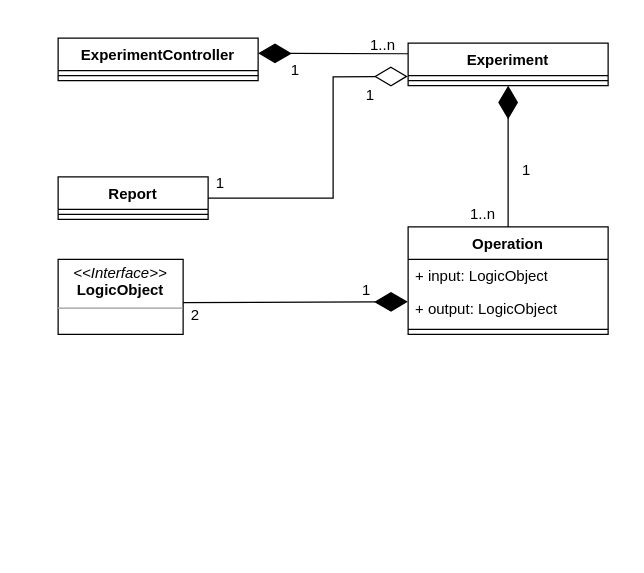
This is page "DataModeling" (10 of 10) of Docs/Diagrams.drawio.xml from okashaluai/Fingerprint-Biometric-Research-Tool, a draw.io file, before an edit. Source tidied: cells renumbered, new cells numbered last; positions are measured from the earlier drawing's top-left corner, leaving out a move shared by most shapes. Both pictures are drawn from the tidied source at 125%, with x=0, y=0 at pixel (58, 26).
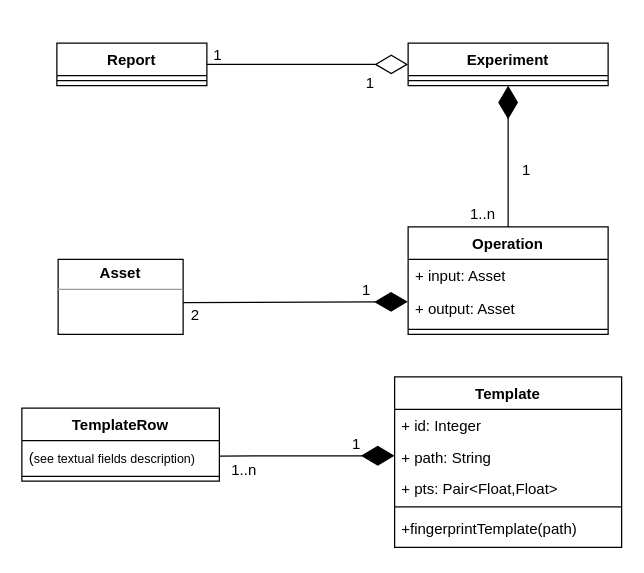
The same page after the edit.

Unchanged cells that the change refers to:
```xml
<mxCell id="4" value="Experiment" style="swimlane;fontStyle=1;align=center;verticalAlign=top;horizontal=1;startSize=26;whiteSpace=wrap;html=1;" parent="1" vertex="1">
  <mxGeometry x="280" y="13" width="160" height="34" as="geometry" />
</mxCell>
<mxCell id="8" value="Operation" style="swimlane;fontStyle=1;align=center;verticalAlign=top;horizontal=1;startSize=26;whiteSpace=wrap;html=1;" parent="1" vertex="1">
  <mxGeometry x="280" y="160" width="160" height="86" as="geometry" />
</mxCell>
```

The edit, as a diff of the source:
```diff
@@
-    <mxCell id="2" value="ExperimentController" style="swimlane;fontStyle=1;align=center;verticalAlign=top;horizontal=1;startSize=26;whiteSpace=wrap;html=1;" parent="1" vertex="1">
-      <mxGeometry y="9" width="160" height="34" as="geometry" />
-    </mxCell>
-    <mxCell id="3" style="line;strokeWidth=1;fillColor=none;align=left;verticalAlign=middle;spacingTop=-1;spacingLeft=3;spacingRight=3;labelPosition=right;strokeColor=inherit;" parent="2" vertex="1">
-      <mxGeometry y="26" width="160" height="8" as="geometry" />
-    </mxCell>
@@
     <mxCell id="6" value="Report" style="swimlane;fontStyle=1;align=center;verticalAlign=top;horizontal=1;startSize=26;whiteSpace=wrap;html=1;" parent="1" vertex="1">
-      <mxGeometry y="120" width="120" height="34" as="geometry" />
+      <mxGeometry x="-1" y="13" width="120" height="34" as="geometry" />
     </mxCell>
@@
-    <mxCell id="9" value="+ input: LogicObject" style="text;strokeColor=none;fillColor=none;align=left;verticalAlign=top;spacingLeft=4;spacingRight=4;overflow=hidden;whiteSpace=wrap;html=1;" parent="8" vertex="1">
+    <mxCell id="9" value="+ input: Asset" style="text;strokeColor=none;fillColor=none;align=left;verticalAlign=top;spacingLeft=4;spacingRight=4;overflow=hidden;whiteSpace=wrap;html=1;" parent="8" vertex="1">
       <mxGeometry y="26" width="160" height="26" as="geometry" />
     </mxCell>
-    <mxCell id="10" value="+ output: LogicObject" style="text;strokeColor=none;fillColor=none;align=left;verticalAlign=top;spacingLeft=4;spacingRight=4;overflow=hidden;whiteSpace=wrap;html=1;" parent="8" vertex="1">
+    <mxCell id="10" value="+ output: Asset" style="text;strokeColor=none;fillColor=none;align=left;verticalAlign=top;spacingLeft=4;spacingRight=4;overflow=hidden;whiteSpace=wrap;html=1;" parent="8" vertex="1">
       <mxGeometry y="52" width="160" height="26" as="geometry" />
     </mxCell>
@@
-    <mxCell id="12" style="endArrow=diamondThin;endFill=1;endSize=24;html=1;rounded=0;entryX=1;entryY=0.357;entryDx=0;entryDy=0;exitX=0;exitY=0.25;exitDx=0;exitDy=0;entryPerimeter=0;" parent="1" edge="1" source="4" target="2">
-      <mxGeometry relative="1" as="geometry" />
-    </mxCell>
-    <mxCell id="13" style="endArrow=diamondThin;endFill=0;endSize=24;html=1;rounded=0;exitX=1;exitY=0.5;exitDx=0;exitDy=0;entryX=-0.002;entryY=0.522;entryDx=0;entryDy=0;entryPerimeter=0;" parent="1" edge="1" source="6">
-      <mxGeometry relative="1" as="geometry">
-        <mxPoint x="279.7" y="39.6" as="targetPoint" />
-        <Array as="points">
-          <mxPoint x="220" y="137" />
-          <mxPoint x="220" y="40" />
-        </Array>
-      </mxGeometry>
+    <mxCell id="13" style="endArrow=diamondThin;endFill=0;endSize=24;html=1;rounded=0;exitX=1;exitY=0.5;exitDx=0;exitDy=0;entryX=0;entryY=0.5;entryDx=0;entryDy=0;" parent="1" edge="1" source="6" target="4">
+      <mxGeometry relative="1" as="geometry" />
     </mxCell>
@@
-    <mxCell id="16" value="&lt;p style=&quot;margin:0px;margin-top:4px;text-align:center;&quot;&gt;&lt;i&gt;&amp;lt;&amp;lt;Interface&amp;gt;&amp;gt;&lt;/i&gt;&lt;br&gt;&lt;/p&gt;&lt;div align=&quot;center&quot;&gt;&lt;b&gt;LogicObject&lt;/b&gt;&lt;/div&gt;&lt;hr size=&quot;1&quot;&gt;&lt;p style=&quot;margin:0px;margin-left:4px;&quot;&gt;&lt;/p&gt;" style="verticalAlign=top;align=left;overflow=fill;fontSize=12;fontFamily=Helvetica;html=1;whiteSpace=wrap;" parent="1" vertex="1">
+    <mxCell id="16" value="&lt;p style=&quot;margin:0px;margin-top:4px;text-align:center;&quot;&gt;&lt;b&gt;Asset&lt;/b&gt;&lt;br&gt;&lt;/p&gt;&lt;hr size=&quot;1&quot;&gt;&lt;p style=&quot;margin:0px;margin-left:4px;&quot;&gt;&lt;/p&gt;" style="verticalAlign=top;align=left;overflow=fill;fontSize=12;fontFamily=Helvetica;html=1;whiteSpace=wrap;" parent="1" vertex="1">
       <mxGeometry y="186" width="100" height="60" as="geometry" />
     </mxCell>
-    <mxCell id="17" value="1..n" style="text;html=1;align=center;verticalAlign=middle;whiteSpace=wrap;rounded=0;" parent="1" vertex="1">
-      <mxGeometry x="230" width="60" height="30" as="geometry" />
-    </mxCell>
     <mxCell id="18" value="1" style="text;html=1;align=center;verticalAlign=middle;whiteSpace=wrap;rounded=0;" parent="1" vertex="1">
-      <mxGeometry x="100" y="110" width="60" height="30" as="geometry" />
+      <mxGeometry x="98" y="8" width="60" height="30" as="geometry" />
     </mxCell>
     <mxCell id="19" value="1" style="text;html=1;align=center;verticalAlign=middle;whiteSpace=wrap;rounded=0;" parent="1" vertex="1">
-      <mxGeometry x="220" y="40" width="60" height="30" as="geometry" />
+      <mxGeometry x="220" y="30" width="60" height="30" as="geometry" />
     </mxCell>
@@
-    <mxCell id="22" value="1" style="text;html=1;align=center;verticalAlign=middle;whiteSpace=wrap;rounded=0;" parent="1" vertex="1">
-      <mxGeometry x="160" y="20" width="60" height="30" as="geometry" />
-    </mxCell>
@@
+    <mxCell id="25" value="Template" style="swimlane;fontStyle=1;align=center;verticalAlign=top;horizontal=1;startSize=26;whiteSpace=wrap;html=1;" parent="1" vertex="1">
+      <mxGeometry x="269.2" y="280" width="181.6" height="136.4" as="geometry" />
+    </mxCell>
+    <mxCell id="26" value="+ id: Integer" style="text;strokeColor=none;fillColor=none;align=left;verticalAlign=top;spacingLeft=4;spacingRight=4;overflow=hidden;whiteSpace=wrap;html=1;" parent="25" vertex="1">
+      <mxGeometry y="26" width="181.6" height="24.7" as="geometry" />
+    </mxCell>
+    <mxCell id="27" value="+ path: String" style="text;strokeColor=none;fillColor=none;align=left;verticalAlign=top;spacingLeft=4;spacingRight=4;overflow=hidden;points=[[0,0.5],[1,0.5]];portConstraint=eastwest;whiteSpace=wrap;html=1;" parent="25" vertex="1">
+      <mxGeometry y="50.7" width="181.6" height="24.7" as="geometry" />
+    </mxCell>
+    <mxCell id="28" value="+ pts: Pair&amp;lt;Float,Float&amp;gt;" style="text;strokeColor=none;fillColor=none;align=left;verticalAlign=top;spacingLeft=4;spacingRight=4;overflow=hidden;whiteSpace=wrap;html=1;" parent="25" vertex="1">
+      <mxGeometry y="75.5" width="181.6" height="24.7" as="geometry" />
+    </mxCell>
+    <mxCell id="29" style="line;strokeWidth=1;fillColor=none;align=left;verticalAlign=middle;spacingTop=-1;spacingLeft=3;spacingRight=3;labelPosition=right;strokeColor=inherit;" parent="25" vertex="1">
+      <mxGeometry y="100.2" width="181.6" height="7.6" as="geometry" />
+    </mxCell>
+    <mxCell id="30" value="+fingerprintTemplate(path)" style="text;strokeColor=none;fillColor=none;align=left;verticalAlign=top;spacingLeft=4;spacingRight=4;overflow=hidden;whiteSpace=wrap;html=1;" parent="25" vertex="1">
+      <mxGeometry y="107.9" width="181.6" height="28.6" as="geometry" />
+    </mxCell>
+    <mxCell id="31" value="TemplateRow" style="swimlane;fontStyle=1;align=center;verticalAlign=top;horizontal=1;startSize=26;whiteSpace=wrap;html=1;" parent="1" vertex="1">
+      <mxGeometry x="-29" y="305" width="158" height="58.4" as="geometry" />
+    </mxCell>
+    <mxCell id="32" value="(&lt;font style=&quot;font-size: 10px;&quot;&gt;see textual fields description)&lt;/font&gt; " style="text;strokeColor=none;fillColor=none;align=left;verticalAlign=top;spacingLeft=4;spacingRight=4;overflow=hidden;points=[[0,0.5],[1,0.5]];portConstraint=eastwest;whiteSpace=wrap;html=1;" parent="31" vertex="1">
+      <mxGeometry y="26" width="158" height="24.7" as="geometry" />
+    </mxCell>
+    <mxCell id="33" style="line;strokeWidth=1;fillColor=none;align=left;verticalAlign=middle;spacingTop=-1;spacingLeft=3;spacingRight=3;labelPosition=right;strokeColor=inherit;" parent="31" vertex="1">
+      <mxGeometry y="50.7" width="158" height="7.6" as="geometry" />
+    </mxCell>
+    <mxCell id="34" style="endArrow=diamondThin;endFill=1;endSize=24;html=1;rounded=0;exitX=1;exitY=0.5;exitDx=0;exitDy=0;entryX=0;entryY=0.5;entryDx=0;entryDy=0;" parent="1" edge="1" source="32" target="27">
+      <mxGeometry relative="1" as="geometry" />
+    </mxCell>
+    <mxCell id="22" value="1" style="text;html=1;align=center;verticalAlign=middle;whiteSpace=wrap;rounded=0;" parent="1" vertex="1">
+      <mxGeometry x="209" y="319" width="60" height="30" as="geometry" />
+    </mxCell>
+    <mxCell id="17" value="1..n" style="text;html=1;align=center;verticalAlign=middle;whiteSpace=wrap;rounded=0;" parent="1" vertex="1">
+      <mxGeometry x="119" y="340" width="60" height="30" as="geometry" />
+    </mxCell>
```
